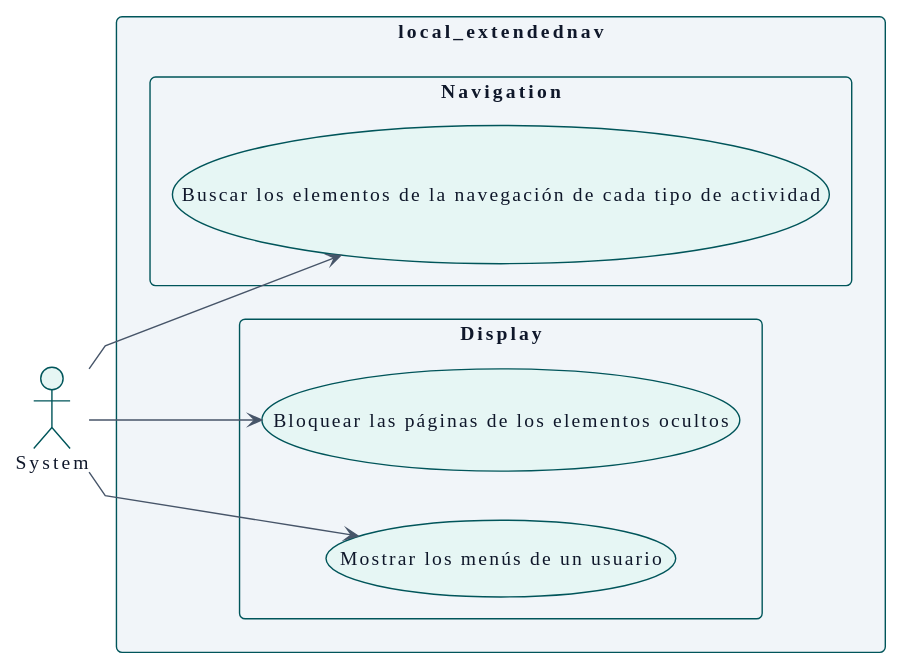
Earlier version of the PlantUML export docs/es/technical/requirements/use-cases-system.svg (didactika/moodle-local_extendednav).
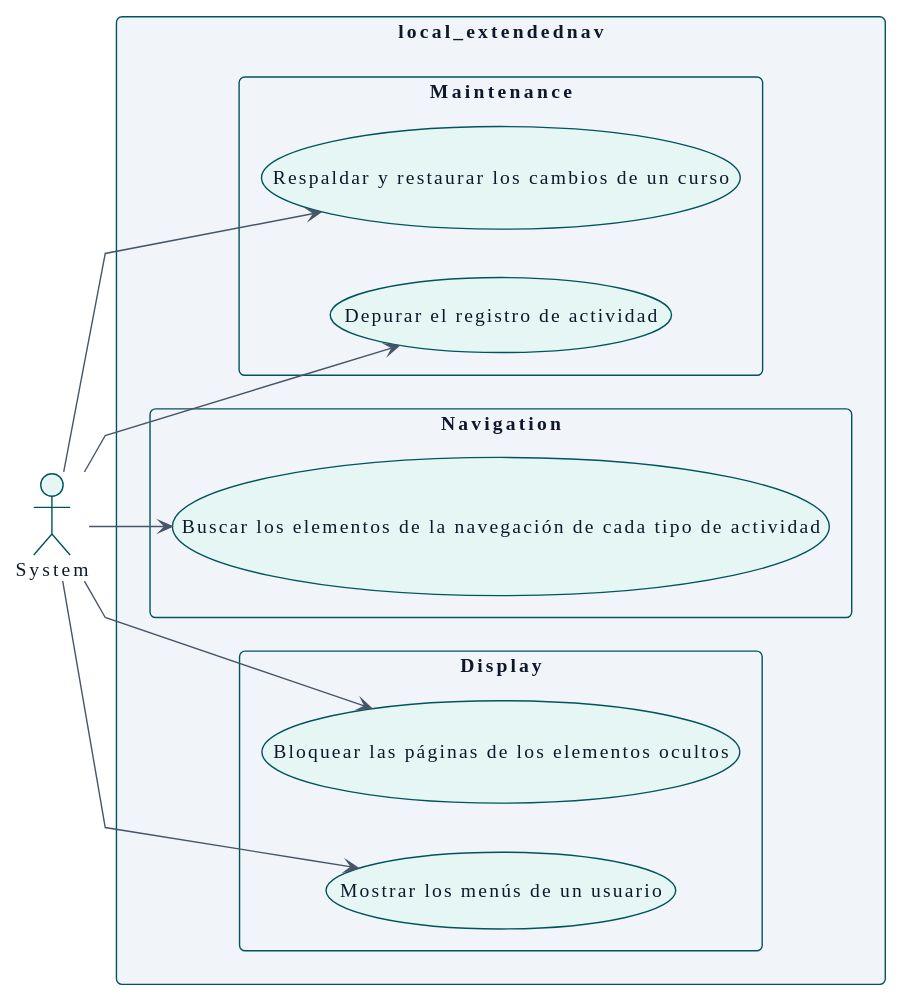
The same diagram one commit later.

Diff of the diagram source:
```diff
@@ -116,9 +116,15 @@
   package "Navigation" {
     usecase "Buscar los elementos de la navegación de cada tipo de actividad" as UC_discoverActivityItems
   }
+  package "Maintenance" {
+    usecase "Depurar el registro de actividad" as UC_cleanActivityLog
+    usecase "Respaldar y restaurar los cambios de un curso" as UC_backUpChanges
+  }
 }
 
 A_System --> UC_showMenus
 A_System --> UC_blockUrl
 A_System --> UC_discoverActivityItems
+A_System --> UC_cleanActivityLog
+A_System --> UC_backUpChanges
 @enduml
```
